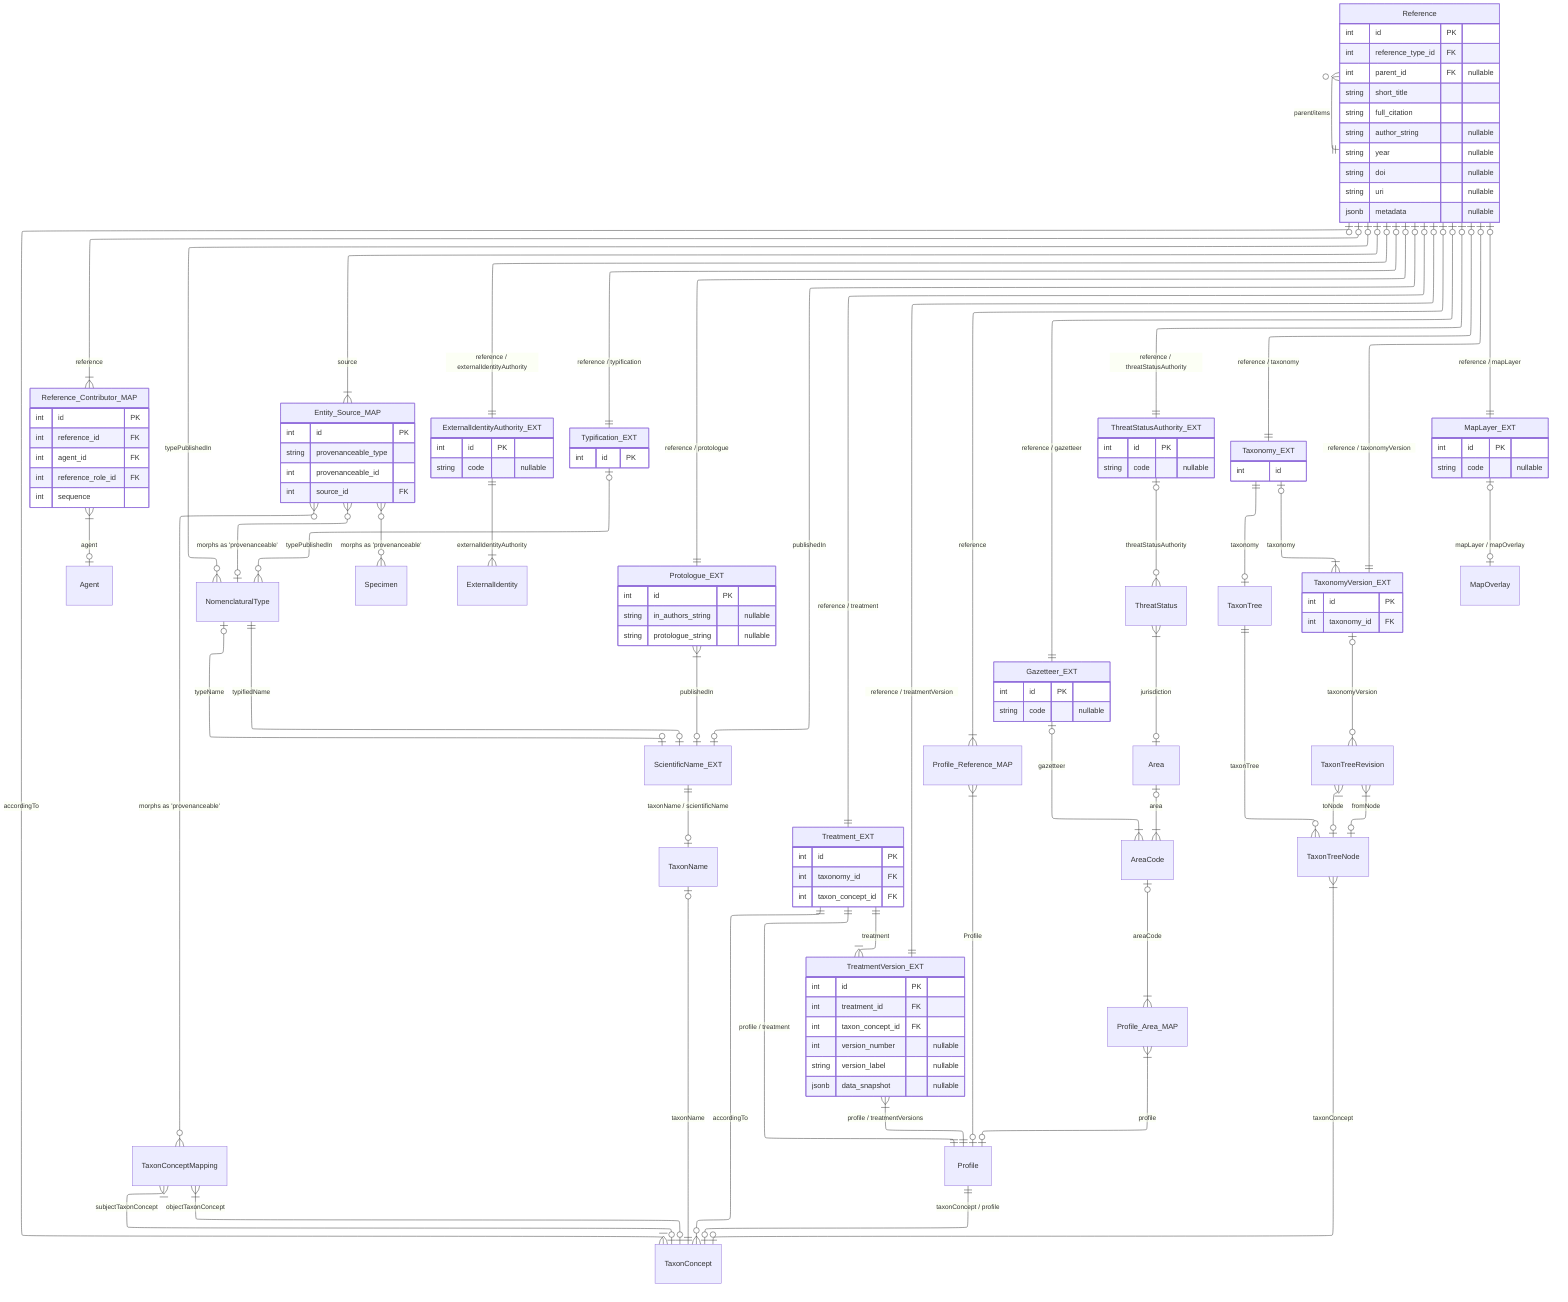
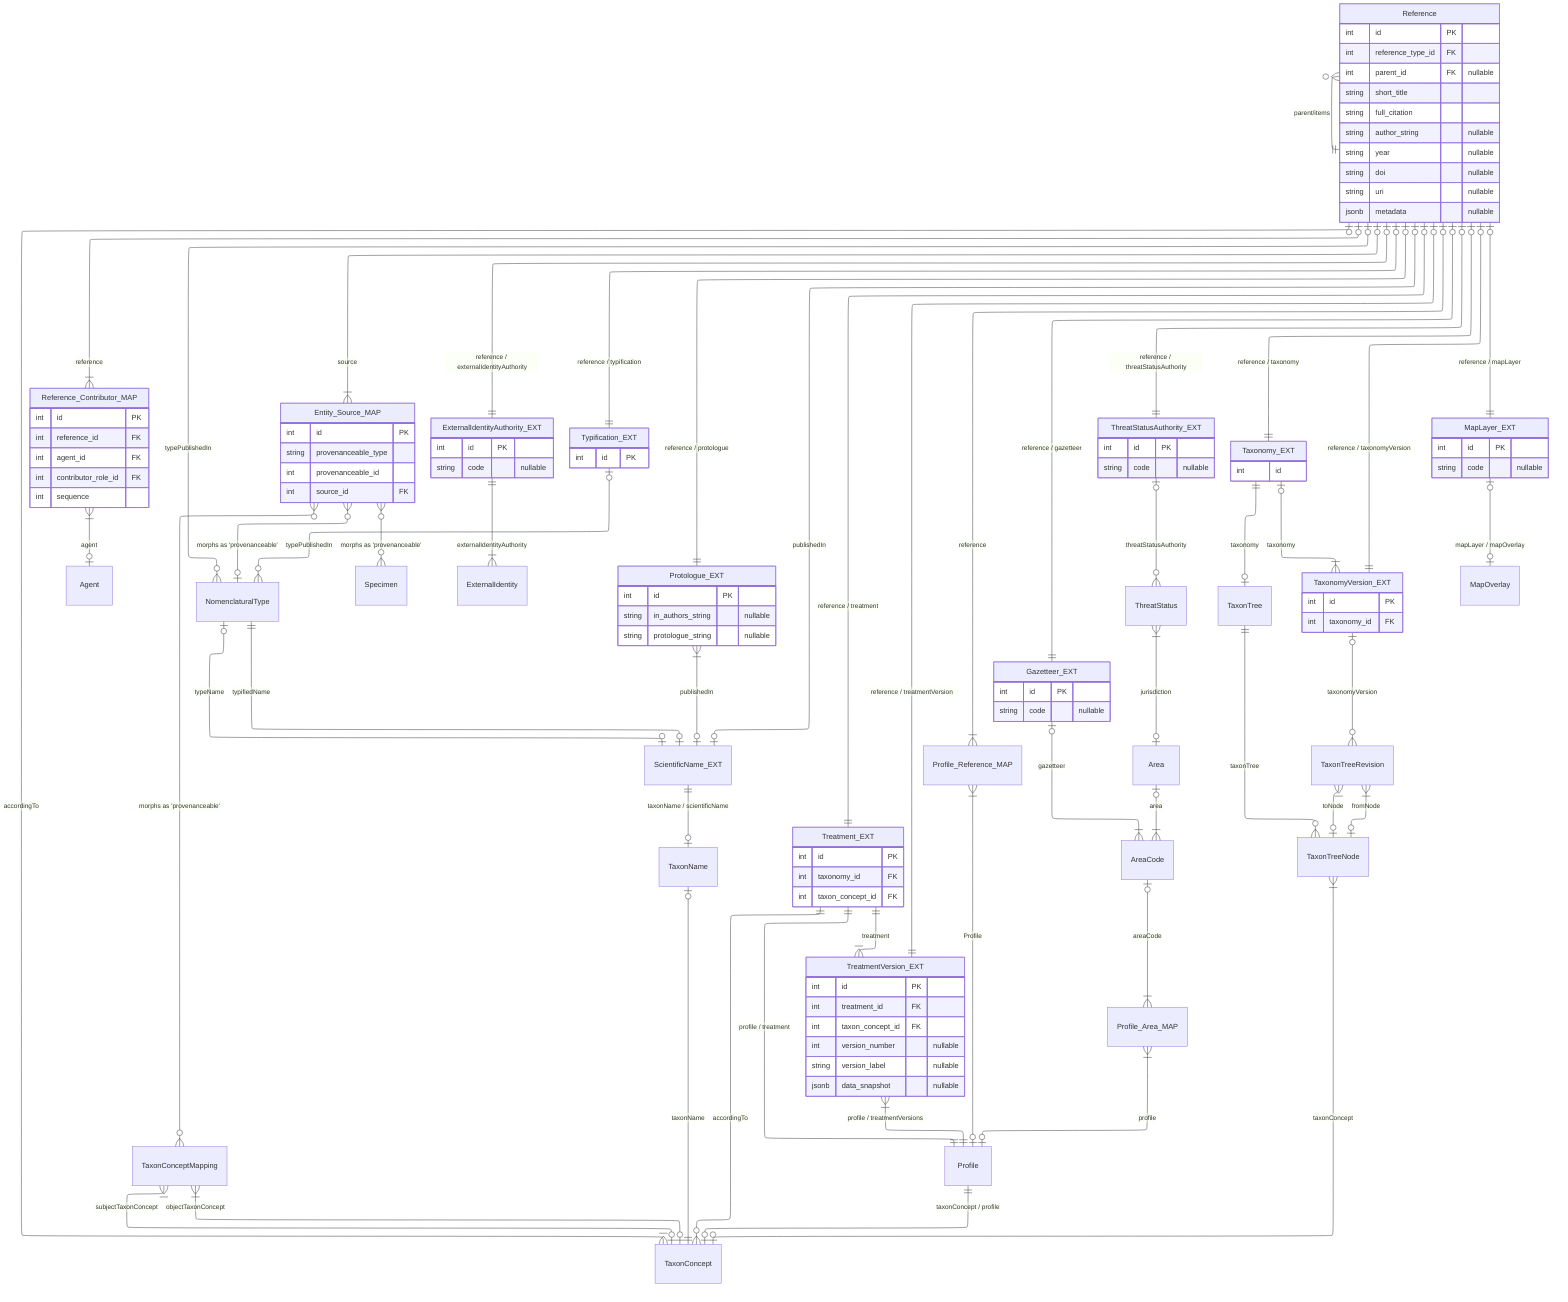
---
config:
  layout: elk
---
erDiagram
  Reference }o--|| Reference : "parent/items"
  Reference |o--|{ Reference_Contributor_MAP : reference
  Reference_Contributor_MAP }|--o| Agent : agent

  Reference |o--|{ Entity_Source_MAP : "source"
  Entity_Source_MAP }o--o| NomenclaturalType : "morphs as 'provenanceable'"
  Entity_Source_MAP }o--o{ TaxonConceptMapping : "morphs as 'provenanceable'"
  Entity_Source_MAP }o--o{ Specimen : "morphs as 'provenanceable'"

  Reference |o--|{ Profile_Reference_MAP : reference
  Profile_Reference_MAP }|--o| Profile : Profile

  Reference |o--|| ExternalIdentityAuthority_EXT : "reference / externalIdentityAuthority"
  ExternalIdentityAuthority_EXT ||--|{ ExternalIdentity : "externalIdentityAuthority"

  Reference |o--|| Protologue_EXT : "reference / protologue"
  Protologue_EXT }|--o| ScientificName_EXT : "publishedIn"
  Reference |o--o| ScientificName_EXT : "publishedIn"
  ScientificName_EXT ||--o| TaxonName : "taxonName / scientificName"
  TaxonName |o--|| TaxonConcept : "taxonName"

  Reference |o--o{ NomenclaturalType : "typePublishedIn"
  Reference |o--|| Typification_EXT : "reference / typification"
  Typification_EXT |o--o{ NomenclaturalType : "typePublishedIn"
  NomenclaturalType ||--o| ScientificName_EXT : "typifiedName"
  NomenclaturalType |o--o| ScientificName_EXT : "typeName"

  Reference |o--|| Treatment_EXT : "reference / treatment"
  Treatment_EXT ||--o{ TaxonConcept : "accordingTo"
  Reference |o--|| TreatmentVersion_EXT : "reference / treatmentVersion"
  Treatment_EXT ||--|| Profile : "profile / treatment"
  TreatmentVersion_EXT }|--|| Profile : "profile / treatmentVersions"
  Treatment_EXT ||--|{ TreatmentVersion_EXT : "treatment"
  Profile ||--o| TaxonConcept : "taxonConcept / profile"

  Reference |o--|| ThreatStatusAuthority_EXT : "reference / threatStatusAuthority"
  Reference |o--|| Gazetteer_EXT : "reference / gazetteer"
  Gazetteer_EXT |o--|{ AreaCode : "gazetteer"
  AreaCode |o--|{ Profile_Area_MAP : "areaCode"
  Area |o--|{ AreaCode : "area"
  ThreatStatusAuthority_EXT |o--o{ ThreatStatus : "threatStatusAuthority"
  ThreatStatus }|--o| Area : jurisdiction
  Profile_Area_MAP }|--o| Profile : "profile"

  TaxonConceptMapping }|--o| TaxonConcept : "subjectTaxonConcept"
  TaxonConceptMapping }|--o| TaxonConcept : "objectTaxonConcept"

  Reference |o--|| Taxonomy_EXT : "reference / taxonomy"
  Taxonomy_EXT ||--o| TaxonTree : "taxonomy"

  Reference |o--|| TaxonomyVersion_EXT : "reference / taxonomyVersion"
  TaxonomyVersion_EXT |o--o{ TaxonTreeRevision : "taxonomyVersion"
  TaxonTreeRevision }|--o| TaxonTreeNode : "fromNode"
  TaxonTreeRevision }|--o| TaxonTreeNode : "toNode"
  TaxonTreeNode }|--o| TaxonConcept : "taxonConcept"
  TaxonTree ||--o{ TaxonTreeNode : "taxonTree"
  Taxonomy_EXT |o--|{ TaxonomyVersion_EXT : "taxonomy"

  Reference |o--|{ TaxonConcept : "accordingTo"

  Reference |o--|| MapLayer_EXT : "reference / mapLayer"
  MapLayer_EXT |o--o| MapOverlay : "mapLayer / mapOverlay"

  Reference {
    int id PK
    int reference_type_id FK
    int parent_id FK "nullable"
    string short_title
    string full_citation
    string author_string "nullable"
    string year "nullable"
    string doi "nullable"
    string uri "nullable"
    jsonb metadata "nullable"
  }

  Taxonomy_EXT {
    int id
  }

  TaxonomyVersion_EXT {
    int id PK
    int taxonomy_id FK
  }

  Treatment_EXT {
    int id PK
    int taxonomy_id FK
    int taxon_concept_id FK
  }

  TreatmentVersion_EXT {
    int id PK
    int treatment_id FK
    int taxon_concept_id FK
    int version_number "nullable"
    string version_label "nullable"
    jsonb data_snapshot "nullable"
  }

  Protologue_EXT {
    int id PK
    string in_authors_string "nullable"
    string protologue_string "nullable"
  }

  Typification_EXT {
    int id PK
  }

  Gazetteer_EXT {
    int id PK
    string code "nullable"
  }

  ThreatStatusAuthority_EXT {
    int id PK
    string code "nullable"
  }

  ExternalIdentityAuthority_EXT {
    int id PK
    string code "nullable"
  }

  MapLayer_EXT {
    int id PK
    string code "nullable"
  }

  Reference_Contributor_MAP {
    int id PK
    int reference_id FK
    int agent_id FK
-     int reference_role_id FK
+     int contributor_role_id FK
    int sequence
  }

  Entity_Source_MAP {
    int id PK
    string provenanceable_type
    int provenanceable_id
    int source_id FK
  }